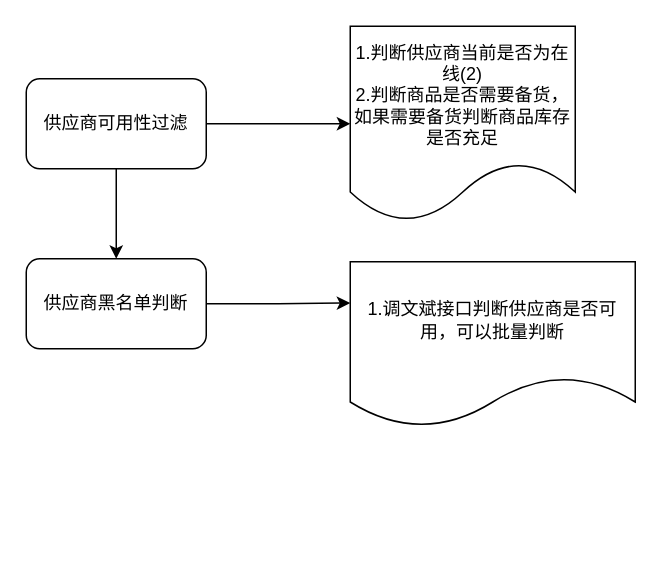
Earlier version of the draw.io diagram 供应商路由.drawio (jichuanwang/learning). Source tidied: cells renumbered, new cells numbered last; positions are measured from the earlier drawing's top-left corner, leaving out a move shared by most shapes. Both pictures are drawn from the tidied source at 150%, with x=0, y=0 at pixel (26, 26).
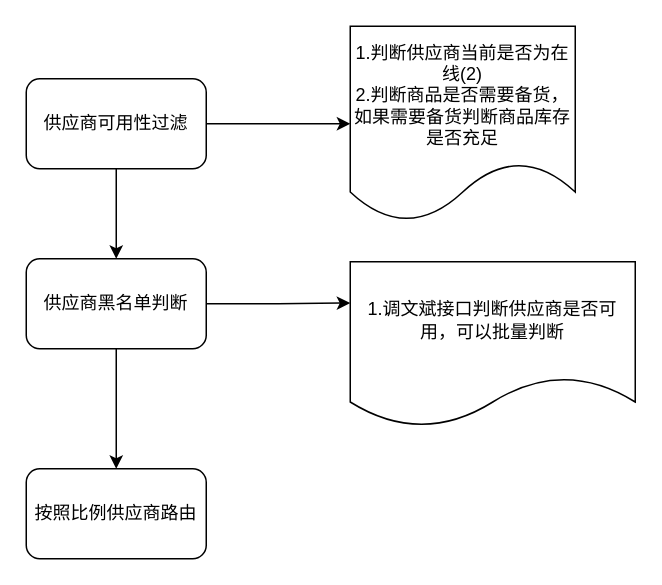
After the change.

Commit message (it also covers changes not shown here):
更新供应商路由.drawio

What changed in the source:
```diff
@@
 <mxGraphModel>
   <root>
     <mxCell id="0" />
     <mxCell id="1" parent="0" />
     <mxCell id="2" style="edgeStyle=orthogonalEdgeStyle;rounded=0;jettySize=auto;html=1;" parent="1" edge="1" source="4" target="6">
       <mxGeometry relative="1" as="geometry" />
     </mxCell>
     <mxCell id="3" style="edgeStyle=orthogonalEdgeStyle;rounded=0;jettySize=auto;html=1;entryX=0;entryY=0.5;entryDx=0;entryDy=0;" parent="1" edge="1" source="4" target="7">
       <mxGeometry relative="1" as="geometry" />
     </mxCell>
     <mxCell id="4" value="供应商可用性过滤" style="rounded=1;whiteSpace=wrap;html=1;" parent="1" vertex="1">
       <mxGeometry y="35" width="120" height="60" as="geometry" />
     </mxCell>
     <mxCell id="5" style="edgeStyle=orthogonalEdgeStyle;rounded=0;jettySize=auto;html=1;entryX=0;entryY=0.25;entryDx=0;entryDy=0;" parent="1" edge="1" source="6" target="8">
       <mxGeometry relative="1" as="geometry" />
     </mxCell>
+    <mxCell id="9" style="edgeStyle=orthogonalEdgeStyle;rounded=0;jettySize=auto;html=1;" parent="1" edge="1" source="6" target="10">
+      <mxGeometry relative="1" as="geometry" />
+    </mxCell>
     <mxCell id="6" value="供应商黑名单判断" style="whiteSpace=wrap;html=1;rounded=1;" parent="1" vertex="1">
       <mxGeometry y="155" width="120" height="60" as="geometry" />
     </mxCell>
     <mxCell id="7" value="1.判断供应商当前是否为在线(2)&lt;br&gt;2.判断商品是否需要备货，如果需要备货判断商品库存是否充足" style="shape=document;whiteSpace=wrap;html=1;boundedLbl=1;" parent="1" vertex="1">
       <mxGeometry x="216" width="150" height="130" as="geometry" />
     </mxCell>
     <mxCell id="8" value="1.调文斌接口判断供应商是否可用，可以批量判断" style="shape=document;whiteSpace=wrap;html=1;boundedLbl=1;" parent="1" vertex="1">
       <mxGeometry x="216" y="157" width="190" height="110" as="geometry" />
     </mxCell>
+    <mxCell id="10" value="按照比例供应商路由" style="whiteSpace=wrap;html=1;rounded=1;" parent="1" vertex="1">
+      <mxGeometry y="295" width="120" height="60" as="geometry" />
+    </mxCell>
   </root>
 </mxGraphModel>
```
